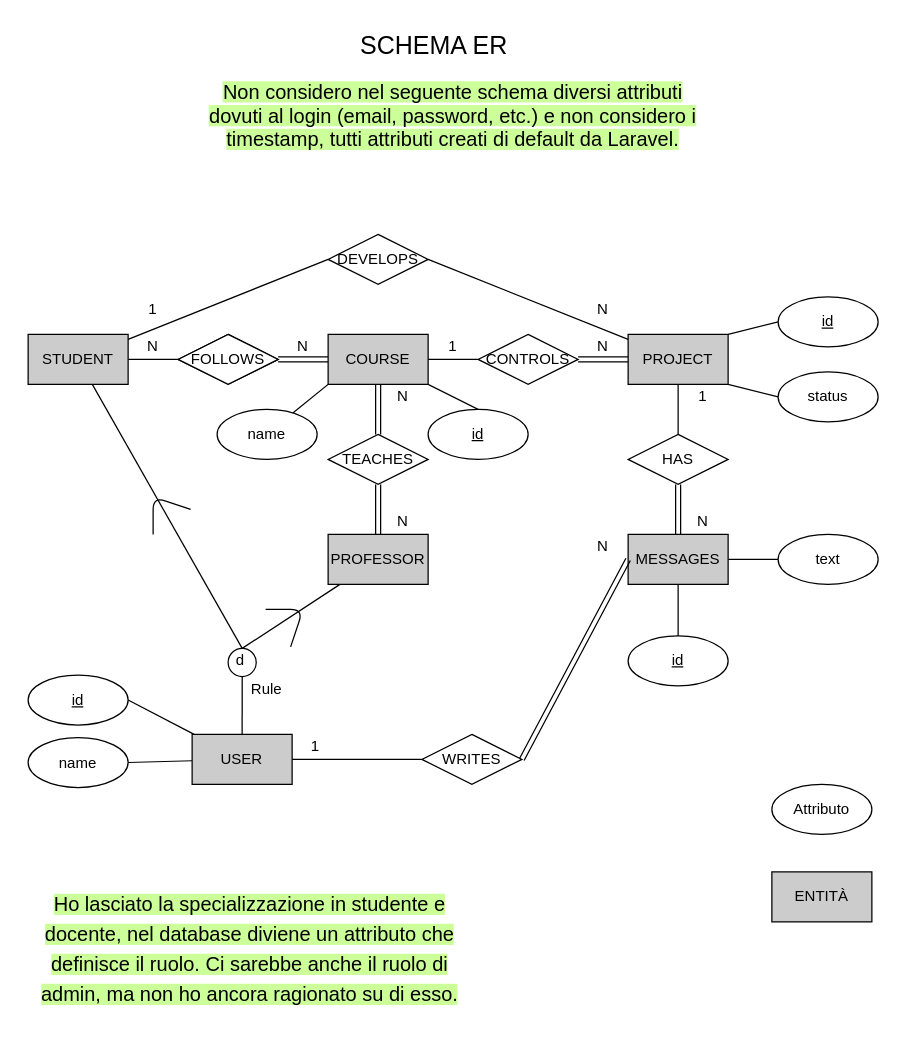
This is page "SCHEMA_EER" (1 of 5) of prisa_eer.drawio from Cippo95/prisa, a draw.io file, before an edit. Source tidied: cells renumbered, new cells numbered last; positions are measured from the earlier drawing's top-left corner, leaving out a move shared by most shapes. Both pictures are drawn from the tidied source at 125%, with x=0, y=0 at pixel (21, 21).
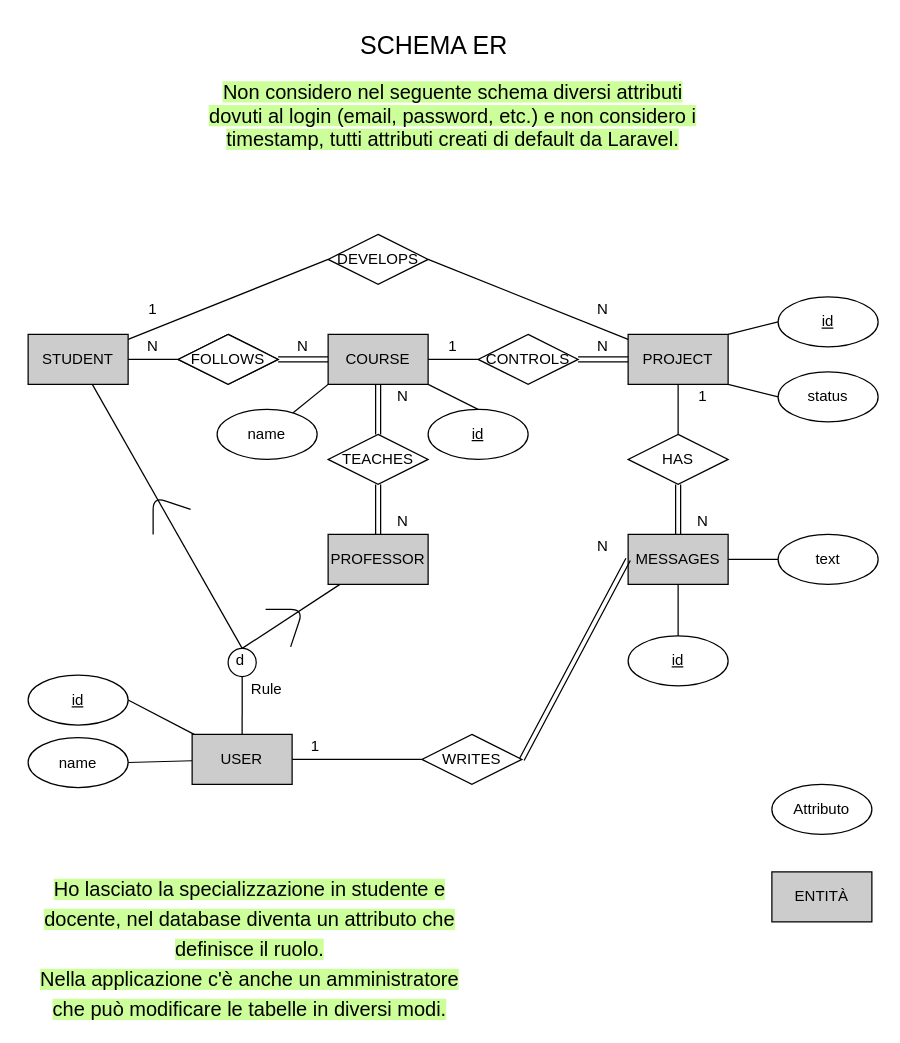
After the change.

Change to the diagram source:
```diff
@@
-    <mxCell id="67" value="&lt;font style=&quot;font-size: 16px&quot;&gt;&lt;span style=&quot;background-color: rgb(204 , 255 , 153)&quot;&gt;Ho lasciato la specializzazione in studente e docente, nel database diviene un attributo che definisce il ruolo. Ci sarebbe anche il ruolo di admin, ma non ho ancora ragionato su di esso.&lt;/span&gt;&lt;br&gt;&lt;/font&gt;" style="text;html=1;strokeColor=none;fillColor=none;align=center;verticalAlign=middle;whiteSpace=wrap;rounded=0;labelBackgroundColor=none;fontSize=20;" parent="1" vertex="1">
+    <mxCell id="67" value="&lt;div&gt;&lt;font style=&quot;font-size: 16px&quot;&gt;&lt;span style=&quot;background-color: rgb(204 , 255 , 153)&quot;&gt;Ho lasciato la specializzazione in studente e docente, nel database diventa un attributo che definisce il ruolo. &lt;br&gt;&lt;/span&gt;&lt;/font&gt;&lt;/div&gt;&lt;div&gt;&lt;font style=&quot;font-size: 16px&quot;&gt;&lt;span style=&quot;background-color: rgb(204 , 255 , 153)&quot;&gt;Nella applicazione c'è anche un amministratore che può modificare le tabelle in diversi modi.&lt;/span&gt;&lt;/font&gt;&lt;/div&gt;" style="text;html=1;strokeColor=none;fillColor=none;align=center;verticalAlign=middle;whiteSpace=wrap;rounded=0;labelBackgroundColor=none;fontSize=20;" parent="1" vertex="1">
       <mxGeometry y="680" width="365" height="120" as="geometry" />
     </mxCell>
```
